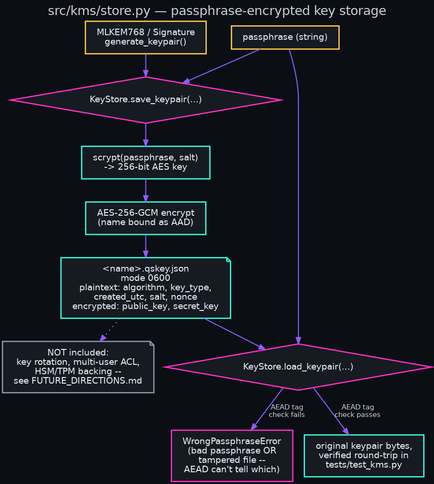
Above: diagrams/10-kms-store.png in danindiana/quantum-shield (Graphviz), before the change. Its source is kept beside it as diagrams/10-kms-store.dot. Source of this version:
```dot
digraph kms {
  bgcolor="#0b0f14";
  rankdir=TB;
  fontname="Helvetica";
  fontcolor="#c9d1d9";
  labelloc="t";
  label="src/kms/store.py — passphrase-encrypted key storage";
  fontsize=20;
  node [style=filled, fillcolor="#161b22", color="#39ffe0", fontcolor="#e6edf3", fontname="Helvetica", penwidth=2, shape=box, margin="0.25,0.15"];
  edge [color="#8f5cff", fontcolor="#c9d1d9", fontname="Helvetica", penwidth=1.6, fontsize=11];

  keygen [label="MLKEM768 / Signature\ngenerate_keypair()", color="#ffcb47"];
  passphrase [label="passphrase (string)", color="#ffcb47"];

  save [label="KeyStore.save_keypair(...)", shape=diamond, color="#ff2ec4"];
  scrypt [label="scrypt(passphrase, salt)\n-> 256-bit AES key"];
  aesgcm [label="AES-256-GCM encrypt\n(name bound as AAD)"];
  diskfile [label="<name>.qskey.json\nmode 0600\nplaintext: algorithm, key_type,\ncreated_utc, salt, nonce\nencrypted: public_key, secret_key", shape=note, color="#39ffe0"];

  load [label="KeyStore.load_keypair(...)", shape=diamond, color="#ff2ec4"];
  wrongpw [label="WrongPassphraseError\n(bad passphrase OR\ntampered file --\nAEAD can't tell which)", color="#ff2ec4"];
  correctpw [label="original keypair bytes,\nverified round-trip in\ntests/test_kms.py", color="#39ffe0"];

  missing [label="NOT included:\nkey rotation, multi-user ACL,\nHSM/TPM backing --\nsee FUTURE_DIRECTIONS.md", shape=note, color="#8a99a8"];

  keygen -> save;
  passphrase -> save;
  save -> scrypt -> aesgcm -> diskfile;

  diskfile -> load;
  passphrase -> load;
  load -> wrongpw [label="AEAD tag\ncheck fails"];
  load -> correctpw [label="AEAD tag\ncheck passes"];
  diskfile -> missing [style=dotted];
}
```
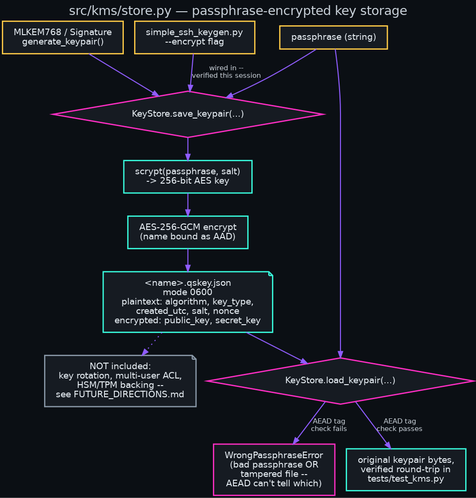
The same file after the commit.

Diff of the diagram source:
```diff
@@ -10,6 +10,7 @@
   edge [color="#8f5cff", fontcolor="#c9d1d9", fontname="Helvetica", penwidth=1.6, fontsize=11];
 
   keygen [label="MLKEM768 / Signature\ngenerate_keypair()", color="#ffcb47"];
+  sshkeygen [label="simple_ssh_keygen.py\n--encrypt flag", color="#ffcb47"];
   passphrase [label="passphrase (string)", color="#ffcb47"];
 
   save [label="KeyStore.save_keypair(...)", shape=diamond, color="#ff2ec4"];
@@ -24,6 +25,7 @@
   missing [label="NOT included:\nkey rotation, multi-user ACL,\nHSM/TPM backing --\nsee FUTURE_DIRECTIONS.md", shape=note, color="#8a99a8"];
 
   keygen -> save;
+  sshkeygen -> save [label="wired in --\nverified this session"];
   passphrase -> save;
   save -> scrypt -> aesgcm -> diskfile;
 
```
